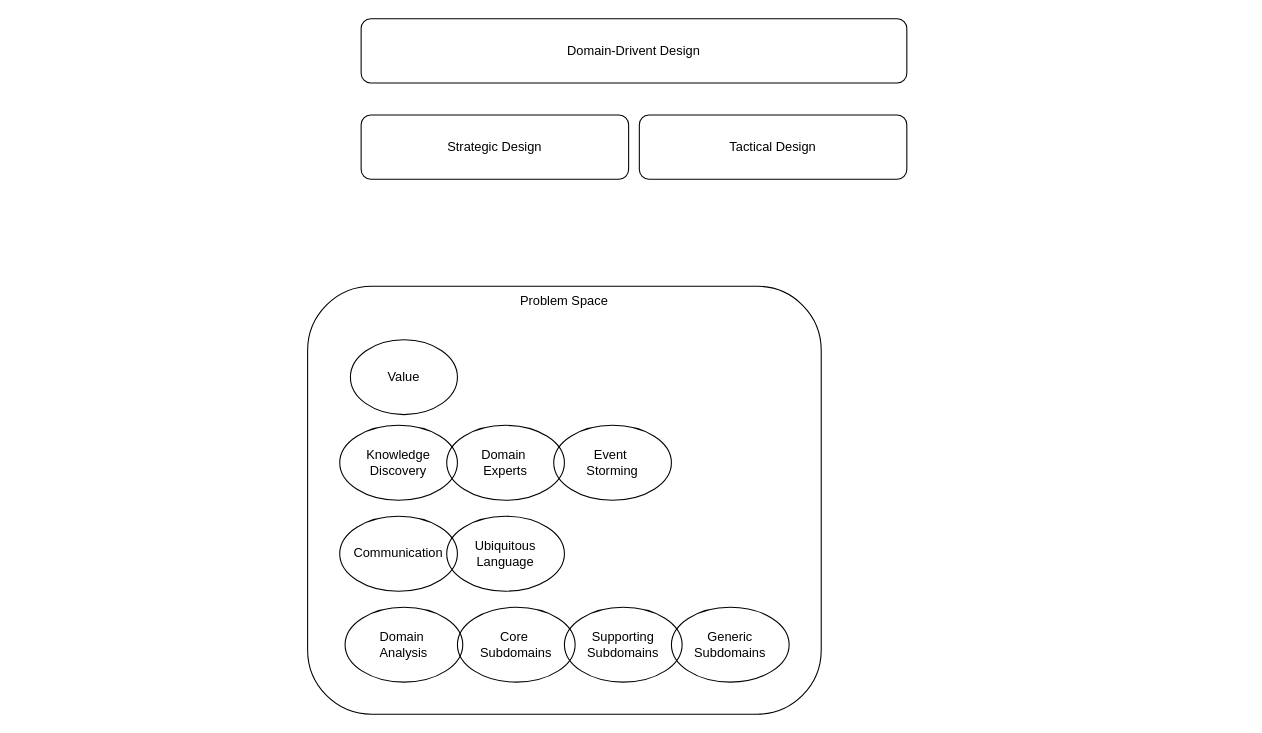
Earlier version of the draw.io diagram books/DDD/DDD-MAP.drawio (chavp/data-modeling). Source tidied: cells renumbered, new cells numbered last; positions are measured from the earlier drawing's top-left corner, leaving out a move shared by most shapes. Both pictures are drawn from the tidied source at 107%, with x=0, y=0 at pixel (307, 18).
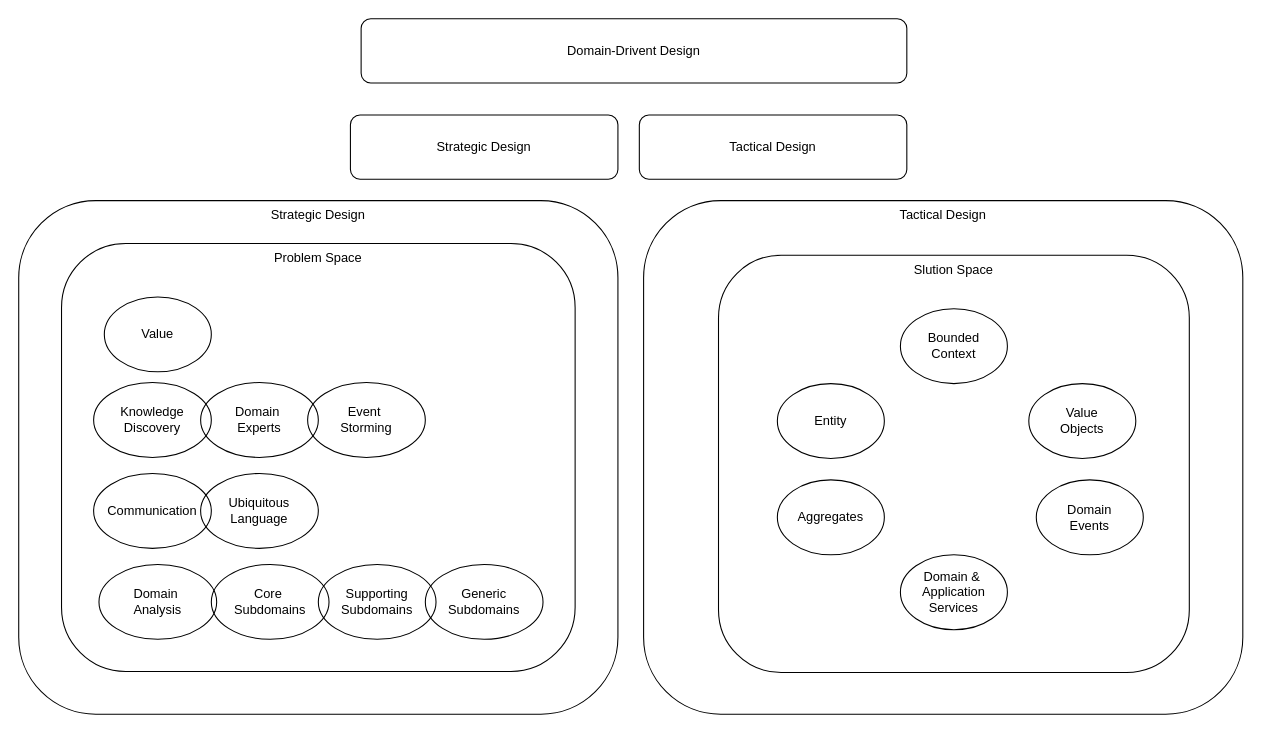
After the change.

Diff of the diagram source:
```diff
@@
     <mxCell id="2" value="Strategic Design" style="rounded=1;whiteSpace=wrap;html=1;" parent="1" vertex="1">
-      <mxGeometry x="50" y="90" width="250" height="60" as="geometry" />
+      <mxGeometry x="40" y="90" width="250" height="60" as="geometry" />
     </mxCell>
@@
+    <mxCell id="7" value="Domain-Drivent Design" style="rounded=1;whiteSpace=wrap;html=1;" parent="1" vertex="1">
+      <mxGeometry x="50" width="510" height="60" as="geometry" />
+    </mxCell>
+    <mxCell id="16" style="group;" parent="1" vertex="1">
+      <mxGeometry x="314" y="170" width="560" height="480" as="geometry" />
+    </mxCell>
+    <mxCell id="17" value="Tactical Design" style="rounded=1;whiteSpace=wrap;html=1;verticalAlign=top;" parent="16" vertex="1">
+      <mxGeometry width="560" height="480" as="geometry" />
+    </mxCell>
+    <mxCell id="18" style="group;" parent="16" vertex="1">
+      <mxGeometry x="70" y="51" width="440" height="390" as="geometry" />
+    </mxCell>
+    <mxCell id="19" value="Slution Space" style="rounded=1;whiteSpace=wrap;html=1;verticalAlign=top;" parent="18" vertex="1">
+      <mxGeometry width="440" height="390" as="geometry" />
+    </mxCell>
+    <mxCell id="20" value="Bounded&lt;div&gt;Context&lt;/div&gt;" style="ellipse;whiteSpace=wrap;html=1;" parent="18" vertex="1">
+      <mxGeometry x="170" y="50" width="100" height="70" as="geometry" />
+    </mxCell>
+    <mxCell id="21" value="Entity" style="ellipse;whiteSpace=wrap;html=1;" parent="18" vertex="1">
+      <mxGeometry x="55" y="120" width="100" height="70" as="geometry" />
+    </mxCell>
+    <mxCell id="22" value="Value&lt;div&gt;Objects&lt;/div&gt;" style="ellipse;whiteSpace=wrap;html=1;" parent="18" vertex="1">
+      <mxGeometry x="290" y="120" width="100" height="70" as="geometry" />
+    </mxCell>
+    <mxCell id="23" value="Aggregates" style="ellipse;whiteSpace=wrap;html=1;" parent="18" vertex="1">
+      <mxGeometry x="55" y="210" width="100" height="70" as="geometry" />
+    </mxCell>
+    <mxCell id="24" value="Domain&lt;div&gt;Events&lt;/div&gt;" style="ellipse;whiteSpace=wrap;html=1;" parent="18" vertex="1">
+      <mxGeometry x="297" y="210" width="100" height="70" as="geometry" />
+    </mxCell>
+    <mxCell id="25" value="Domain &amp;amp;&amp;nbsp;&lt;div&gt;Application&lt;/div&gt;&lt;div&gt;Services&lt;/div&gt;" style="ellipse;whiteSpace=wrap;html=1;" parent="18" vertex="1">
+      <mxGeometry x="170" y="280" width="100" height="70" as="geometry" />
+    </mxCell>
+    <mxCell id="26" style="group;" parent="1" vertex="1">
+      <mxGeometry x="-270" y="170" width="560" height="480" as="geometry" />
+    </mxCell>
+    <mxCell id="27" value="Strategic Design" style="rounded=1;whiteSpace=wrap;html=1;verticalAlign=top;" parent="26" vertex="1">
+      <mxGeometry width="560" height="480" as="geometry" />
+    </mxCell>
+    <mxCell id="28" style="group;" parent="26" vertex="1">
+      <mxGeometry x="40" y="40" width="480" height="400" as="geometry" />
+    </mxCell>
-    <mxCell id="4" value="Problem Space" style="rounded=1;whiteSpace=wrap;html=1;verticalAlign=top;" parent="1" vertex="1">
-      <mxGeometry y="250" width="480" height="400" as="geometry" />
+    <mxCell id="4" value="Problem Space" style="rounded=1;whiteSpace=wrap;html=1;verticalAlign=top;" parent="28" vertex="1">
+      <mxGeometry width="480" height="400" as="geometry" />
     </mxCell>
-    <mxCell id="5" value="Value" style="ellipse;whiteSpace=wrap;html=1;" parent="1" vertex="1">
-      <mxGeometry x="40" y="300" width="100" height="70" as="geometry" />
+    <mxCell id="5" value="Value" style="ellipse;whiteSpace=wrap;html=1;" parent="28" vertex="1">
+      <mxGeometry x="40" y="50" width="100" height="70" as="geometry" />
     </mxCell>
-    <mxCell id="6" value="Knowledge Discovery" style="ellipse;whiteSpace=wrap;html=1;fillColor=none;" parent="1" vertex="1">
-      <mxGeometry x="30" y="380" width="110" height="70" as="geometry" />
+    <mxCell id="6" value="Knowledge Discovery" style="ellipse;whiteSpace=wrap;html=1;fillColor=none;" parent="28" vertex="1">
+      <mxGeometry x="30" y="130" width="110" height="70" as="geometry" />
     </mxCell>
-    <mxCell id="7" value="Domain-Drivent Design" style="rounded=1;whiteSpace=wrap;html=1;" parent="1" vertex="1">
-      <mxGeometry x="50" width="510" height="60" as="geometry" />
-    </mxCell>
-    <mxCell id="8" value="Domain&amp;nbsp;&lt;div&gt;Experts&lt;/div&gt;" style="ellipse;whiteSpace=wrap;html=1;fillColor=none;" parent="1" vertex="1">
-      <mxGeometry x="130" y="380" width="110" height="70" as="geometry" />
+    <mxCell id="8" value="Domain&amp;nbsp;&lt;div&gt;Experts&lt;/div&gt;" style="ellipse;whiteSpace=wrap;html=1;fillColor=none;" parent="28" vertex="1">
+      <mxGeometry x="130" y="130" width="110" height="70" as="geometry" />
     </mxCell>
-    <mxCell id="9" value="Event&amp;nbsp;&lt;div&gt;Storming&lt;/div&gt;" style="ellipse;whiteSpace=wrap;html=1;fillColor=none;" parent="1" vertex="1">
-      <mxGeometry x="230" y="380" width="110" height="70" as="geometry" />
+    <mxCell id="9" value="Event&amp;nbsp;&lt;div&gt;Storming&lt;/div&gt;" style="ellipse;whiteSpace=wrap;html=1;fillColor=none;" parent="28" vertex="1">
+      <mxGeometry x="230" y="130" width="110" height="70" as="geometry" />
     </mxCell>
-    <mxCell id="10" value="Communication" style="ellipse;whiteSpace=wrap;html=1;fillColor=none;" parent="1" vertex="1">
-      <mxGeometry x="30" y="465" width="110" height="70" as="geometry" />
+    <mxCell id="10" value="Communication" style="ellipse;whiteSpace=wrap;html=1;fillColor=none;" parent="28" vertex="1">
+      <mxGeometry x="30" y="215" width="110" height="70" as="geometry" />
     </mxCell>
-    <mxCell id="11" value="Ubiquitous Language" style="ellipse;whiteSpace=wrap;html=1;fillColor=none;" parent="1" vertex="1">
-      <mxGeometry x="130" y="465" width="110" height="70" as="geometry" />
+    <mxCell id="11" value="Ubiquitous Language" style="ellipse;whiteSpace=wrap;html=1;fillColor=none;" parent="28" vertex="1">
+      <mxGeometry x="130" y="215" width="110" height="70" as="geometry" />
     </mxCell>
-    <mxCell id="12" value="Domain&amp;nbsp;&lt;div&gt;Analysis&lt;/div&gt;" style="ellipse;whiteSpace=wrap;html=1;fillColor=none;" parent="1" vertex="1">
-      <mxGeometry x="35" y="550" width="110" height="70" as="geometry" />
+    <mxCell id="12" value="Domain&amp;nbsp;&lt;div&gt;Analysis&lt;/div&gt;" style="ellipse;whiteSpace=wrap;html=1;fillColor=none;" parent="28" vertex="1">
+      <mxGeometry x="35" y="300" width="110" height="70" as="geometry" />
     </mxCell>
-    <mxCell id="13" value="Core&amp;nbsp;&lt;div&gt;Subdomains&lt;/div&gt;" style="ellipse;whiteSpace=wrap;html=1;fillColor=none;" parent="1" vertex="1">
-      <mxGeometry x="140" y="550" width="110" height="70" as="geometry" />
+    <mxCell id="13" value="Core&amp;nbsp;&lt;div&gt;Subdomains&lt;/div&gt;" style="ellipse;whiteSpace=wrap;html=1;fillColor=none;" parent="28" vertex="1">
+      <mxGeometry x="140" y="300" width="110" height="70" as="geometry" />
     </mxCell>
-    <mxCell id="14" value="Supporting&lt;div&gt;Subdomains&lt;/div&gt;" style="ellipse;whiteSpace=wrap;html=1;fillColor=none;" parent="1" vertex="1">
-      <mxGeometry x="240" y="550" width="110" height="70" as="geometry" />
+    <mxCell id="14" value="Supporting&lt;div&gt;Subdomains&lt;/div&gt;" style="ellipse;whiteSpace=wrap;html=1;fillColor=none;" parent="28" vertex="1">
+      <mxGeometry x="240" y="300" width="110" height="70" as="geometry" />
     </mxCell>
-    <mxCell id="15" value="Generic&lt;div&gt;Subdomains&lt;/div&gt;" style="ellipse;whiteSpace=wrap;html=1;fillColor=none;" parent="1" vertex="1">
-      <mxGeometry x="340" y="550" width="110" height="70" as="geometry" />
+    <mxCell id="15" value="Generic&lt;div&gt;Subdomains&lt;/div&gt;" style="ellipse;whiteSpace=wrap;html=1;fillColor=none;" parent="28" vertex="1">
+      <mxGeometry x="340" y="300" width="110" height="70" as="geometry" />
     </mxCell>
```
